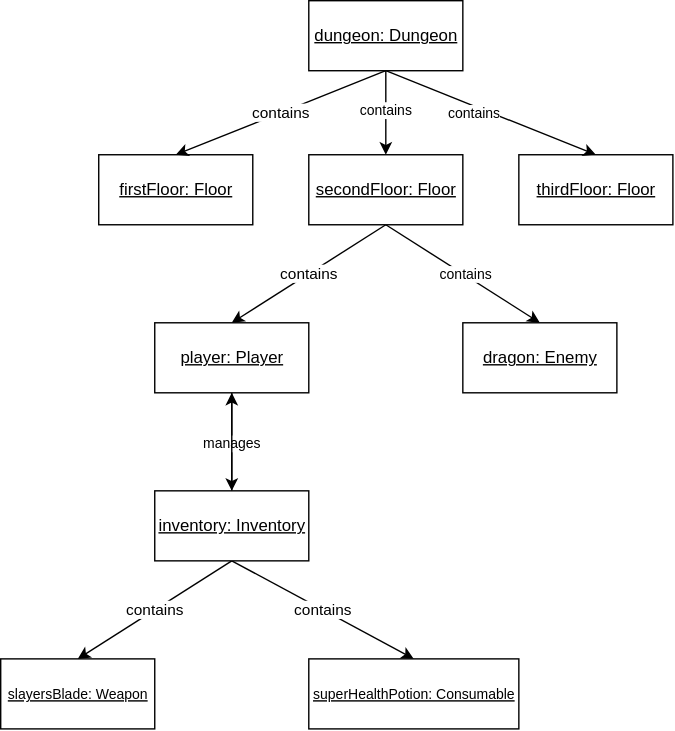
This is diagrams/object_diagram2.drawio.svg from nagutabby/roguelike-simulator, a draw.io export, as it was before one commit. Source tidied: cells renumbered, new cells last; positions are measured from the earlier drawing's top-left corner, leaving out a move shared by most shapes.
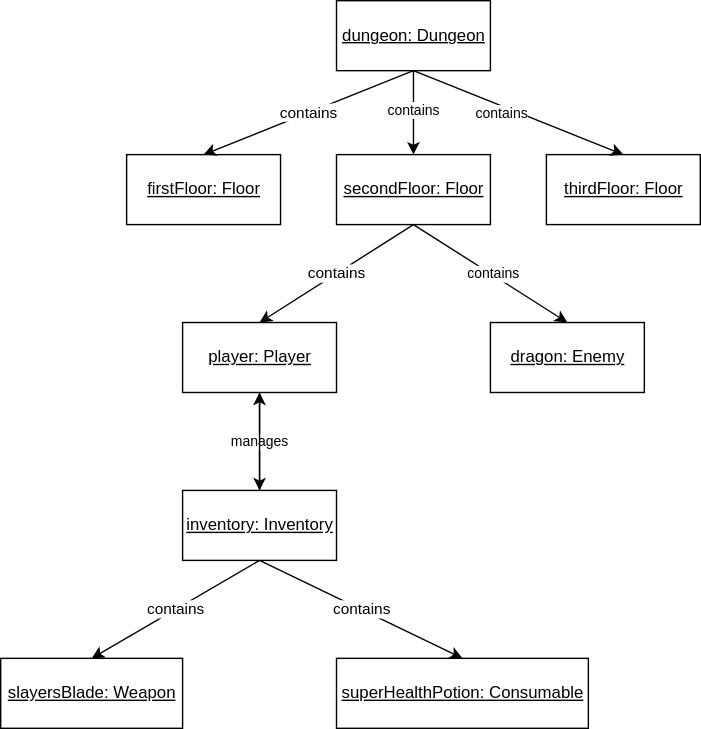
Above is the later version.

Commit message:
フォントの大きさを揃える

Diff of the diagram source:
```diff
@@ -61,11 +61,11 @@
     <mxCell id="20" value="&lt;u&gt;dungeon: Dungeon&lt;/u&gt;" style="html=1;" parent="1" vertex="1">
       <mxGeometry x="220" width="110" height="50" as="geometry" />
     </mxCell>
-    <mxCell id="21" value="&lt;u&gt;&lt;font style=&quot;font-size: 10px;&quot;&gt;slayersBlade: Weapon&lt;/font&gt;&lt;/u&gt;" style="html=1;" parent="1" vertex="1">
-      <mxGeometry y="470" width="110" height="50" as="geometry" />
+    <mxCell id="21" value="&lt;u&gt;&lt;font style=&quot;font-size: 12px;&quot;&gt;slayersBlade: Weapon&lt;/font&gt;&lt;/u&gt;" style="html=1;" parent="1" vertex="1">
+      <mxGeometry x="-20" y="470" width="130" height="50" as="geometry" />
     </mxCell>
-    <mxCell id="22" value="&lt;font style=&quot;font-size: 10px;&quot;&gt;&lt;u&gt;superHealthPotion: Consumable&lt;/u&gt;&lt;/font&gt;" style="html=1;" parent="1" vertex="1">
-      <mxGeometry x="220" y="470" width="150" height="50" as="geometry" />
+    <mxCell id="22" value="&lt;font size=&quot;1&quot; style=&quot;&quot;&gt;&lt;u style=&quot;font-size: 12px;&quot;&gt;superHealthPotion: Consumable&lt;/u&gt;&lt;/font&gt;" style="html=1;" parent="1" vertex="1">
+      <mxGeometry x="220" y="470" width="180" height="50" as="geometry" />
     </mxCell>
   </root>
 </mxGraphModel>
```
